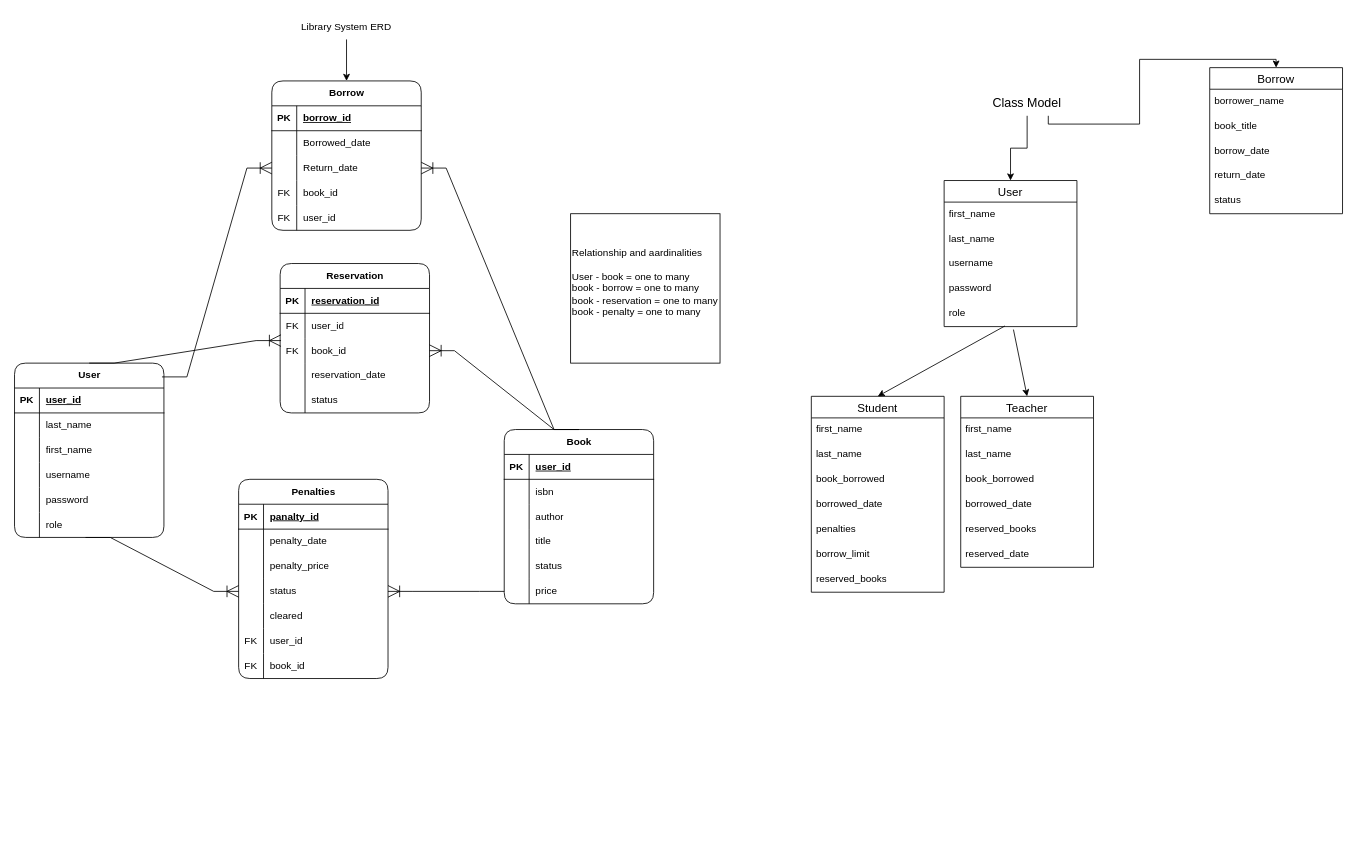
Above: library_system/librarysystemrevised.drawio in ellerib/AP3 (draw.io), before the change. Source tidied: cells renumbered, new cells numbered last; positions are measured from the earlier drawing's top-left corner, leaving out a move shared by most shapes. Both pictures are drawn from the tidied source at 83%, with x=0, y=0 at pixel (14, -52).
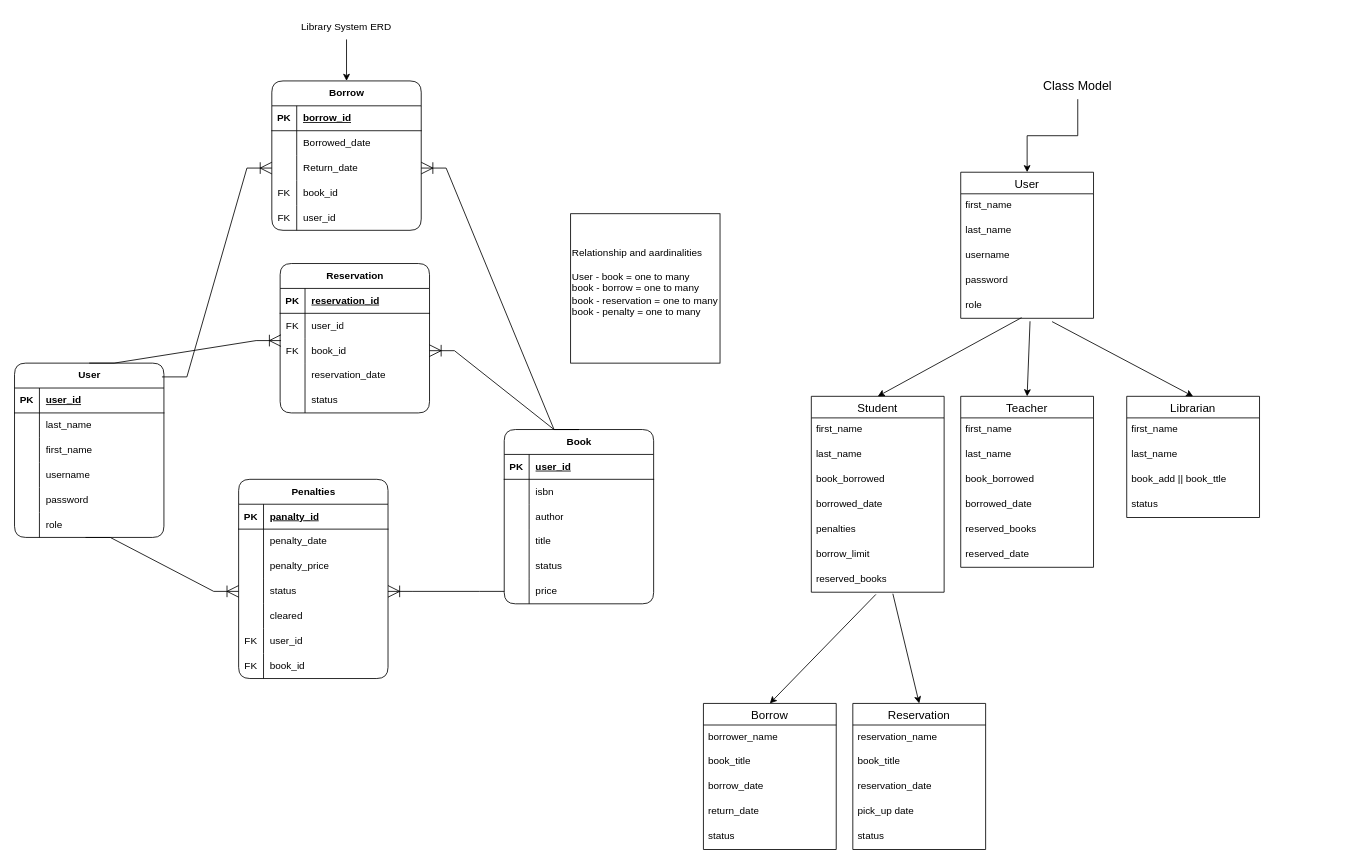
The same diagram, later.

The change refers to these unchanged cells:
```xml
<mxCell id="106" value="role" style="text;strokeColor=none;fillColor=none;spacingLeft=4;spacingRight=4;overflow=hidden;points=[[0,0.5],[1,0.5]];portConstraint=eastwest;fontSize=12;whiteSpace=wrap;html=1;" parent="101" vertex="1">
  <mxGeometry y="146" width="160" height="30" as="geometry" />
</mxCell>
<mxCell id="114" value="reserved_books" style="text;strokeColor=none;fillColor=none;spacingLeft=4;spacingRight=4;overflow=hidden;points=[[0,0.5],[1,0.5]];portConstraint=eastwest;fontSize=12;whiteSpace=wrap;html=1;" parent="107" vertex="1">
  <mxGeometry y="206" width="160" height="30" as="geometry" />
</mxCell>
```

What changed in the source:
```diff
@@
     <mxCell id="101" value="User" style="swimlane;fontStyle=0;horizontal=1;startSize=26;align=center;fontSize=14;" parent="1" vertex="1">
-      <mxGeometry x="1120" y="280" width="160" height="176" as="geometry" />
+      <mxGeometry x="1140" y="270" width="160" height="176" as="geometry" />
     </mxCell>
@@
     <mxCell id="125" value="Class Model" style="text;strokeColor=none;align=center;fillColor=none;html=1;verticalAlign=middle;whiteSpace=wrap;rounded=0;fontSize=15;" parent="1" vertex="1">
-      <mxGeometry x="1169" y="170" width="102" height="32" as="geometry" />
+      <mxGeometry x="1230" y="150" width="102" height="32" as="geometry" />
     </mxCell>
@@
     <mxCell id="128" value="Borrow" style="swimlane;fontStyle=0;horizontal=1;startSize=26;align=center;fontSize=14;" parent="1" vertex="1">
-      <mxGeometry x="1440" y="144" width="160" height="176" as="geometry" />
+      <mxGeometry x="830" y="910" width="160" height="176" as="geometry" />
     </mxCell>
@@
-    <mxCell id="134" style="endArrow=classic;html=1;rounded=0;exitX=0.75;exitY=1;exitDx=0;exitDy=0;entryX=0.5;entryY=0;entryDx=0;entryDy=0;edgeStyle=orthogonalEdgeStyle;" parent="1" edge="1" source="125" target="128">
-      <mxGeometry relative="1" as="geometry" />
-    </mxCell>
+    <mxCell id="135" style="endArrow=classic;html=1;rounded=0;entryX=0.5;entryY=0;entryDx=0;entryDy=0;exitX=0.486;exitY=1.089;exitDx=0;exitDy=0;exitPerimeter=0;" parent="1" edge="1" source="114" target="128">
+      <mxGeometry relative="1" as="geometry" />
+    </mxCell>
+    <mxCell id="136" value="Reservation" style="swimlane;fontStyle=0;horizontal=1;startSize=26;align=center;fontSize=14;" parent="1" vertex="1">
+      <mxGeometry x="1010" y="910" width="160" height="176" as="geometry" />
+    </mxCell>
+    <mxCell id="137" value="reservation_name" style="text;strokeColor=none;fillColor=none;spacingLeft=4;spacingRight=4;overflow=hidden;fontSize=12;whiteSpace=wrap;html=1;" parent="136" vertex="1">
+      <mxGeometry y="26" width="160" height="30" as="geometry" />
+    </mxCell>
+    <mxCell id="138" value="book_title" style="text;strokeColor=none;fillColor=none;spacingLeft=4;spacingRight=4;overflow=hidden;fontSize=12;whiteSpace=wrap;html=1;" parent="136" vertex="1">
+      <mxGeometry y="56" width="160" height="30" as="geometry" />
+    </mxCell>
+    <mxCell id="139" value="reservation_date" style="text;strokeColor=none;fillColor=none;spacingLeft=4;spacingRight=4;overflow=hidden;fontSize=12;whiteSpace=wrap;html=1;" parent="136" vertex="1">
+      <mxGeometry y="86" width="160" height="30" as="geometry" />
+    </mxCell>
+    <mxCell id="140" value="pick_up date" style="text;strokeColor=none;fillColor=none;spacingLeft=4;spacingRight=4;overflow=hidden;fontSize=12;whiteSpace=wrap;html=1;" parent="136" vertex="1">
+      <mxGeometry y="116" width="160" height="30" as="geometry" />
+    </mxCell>
+    <mxCell id="141" value="status" style="text;strokeColor=none;fillColor=none;spacingLeft=4;spacingRight=4;overflow=hidden;fontSize=12;whiteSpace=wrap;html=1;" parent="136" vertex="1">
+      <mxGeometry y="146" width="160" height="30" as="geometry" />
+    </mxCell>
+    <mxCell id="142" style="endArrow=classic;html=1;rounded=0;entryX=0.5;entryY=0;entryDx=0;entryDy=0;exitX=0.614;exitY=1.063;exitDx=0;exitDy=0;exitPerimeter=0;" parent="1" edge="1" source="114" target="136">
+      <mxGeometry relative="1" as="geometry" />
+    </mxCell>
+    <mxCell id="143" value="Librarian" style="swimlane;fontStyle=0;horizontal=1;startSize=26;align=center;fontSize=14;" parent="1" vertex="1">
+      <mxGeometry x="1340" y="540" width="160" height="146" as="geometry" />
+    </mxCell>
+    <mxCell id="144" value="first_name" style="text;strokeColor=none;fillColor=none;spacingLeft=4;spacingRight=4;overflow=hidden;fontSize=12;whiteSpace=wrap;html=1;" parent="143" vertex="1">
+      <mxGeometry y="26" width="160" height="30" as="geometry" />
+    </mxCell>
+    <mxCell id="145" value="last_name" style="text;strokeColor=none;fillColor=none;spacingLeft=4;spacingRight=4;overflow=hidden;fontSize=12;whiteSpace=wrap;html=1;" parent="143" vertex="1">
+      <mxGeometry y="56" width="160" height="30" as="geometry" />
+    </mxCell>
+    <mxCell id="146" value="book_add || book_ttle" style="text;strokeColor=none;fillColor=none;spacingLeft=4;spacingRight=4;overflow=hidden;fontSize=12;whiteSpace=wrap;html=1;" parent="143" vertex="1">
+      <mxGeometry y="86" width="160" height="30" as="geometry" />
+    </mxCell>
+    <mxCell id="147" value="status" style="text;strokeColor=none;fillColor=none;spacingLeft=4;spacingRight=4;overflow=hidden;fontSize=12;whiteSpace=wrap;html=1;" parent="143" vertex="1">
+      <mxGeometry y="116" width="160" height="30" as="geometry" />
+    </mxCell>
+    <mxCell id="148" style="endArrow=classic;html=1;rounded=0;entryX=0.5;entryY=0;entryDx=0;entryDy=0;exitX=0.688;exitY=1.133;exitDx=0;exitDy=0;exitPerimeter=0;" parent="1" edge="1" source="106" target="143">
+      <mxGeometry relative="1" as="geometry" />
+    </mxCell>
```
